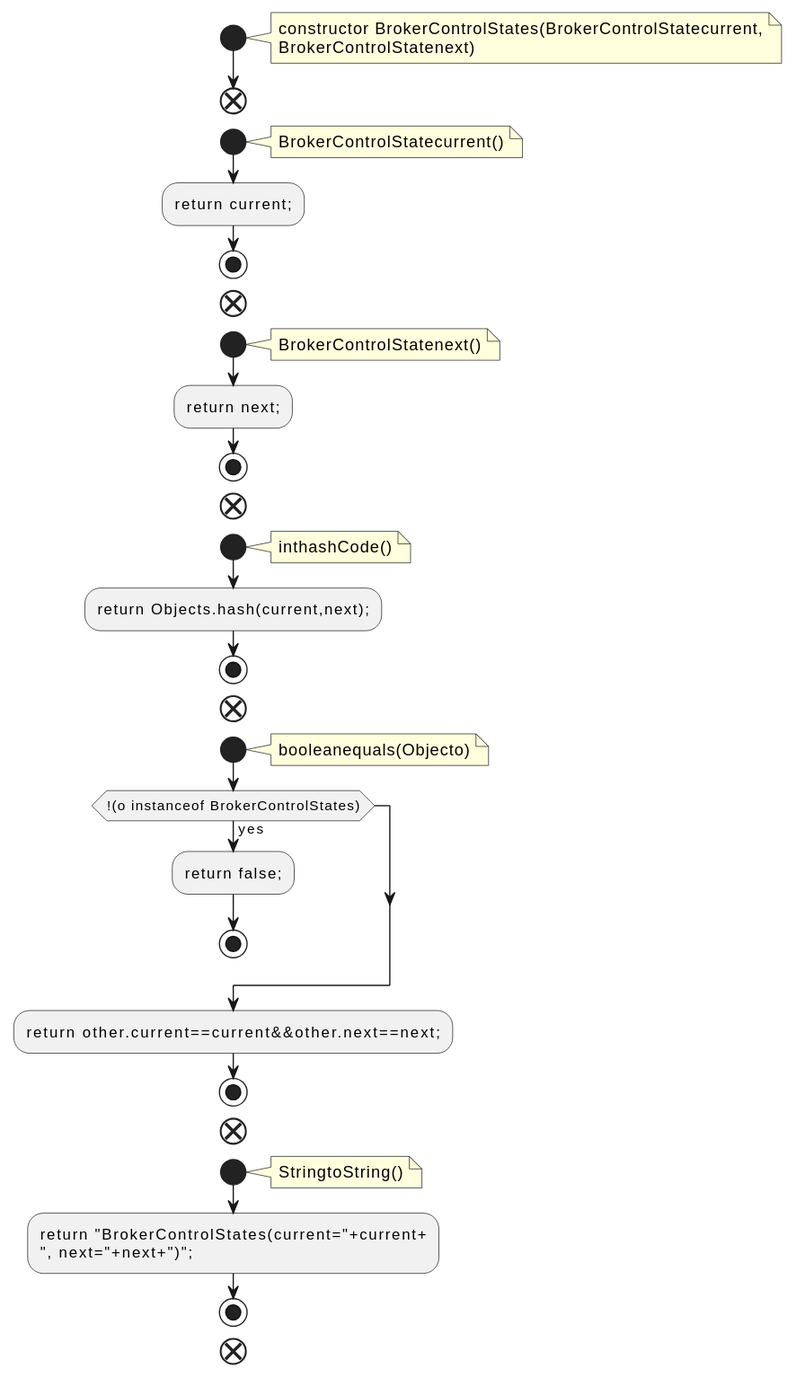
Above: docs/qc/metadata/src/main/java/org/apache/kafka/controller/BrokerControlStates.java.fct.svg in qualitesys/kafka (PlantUML), before the change.
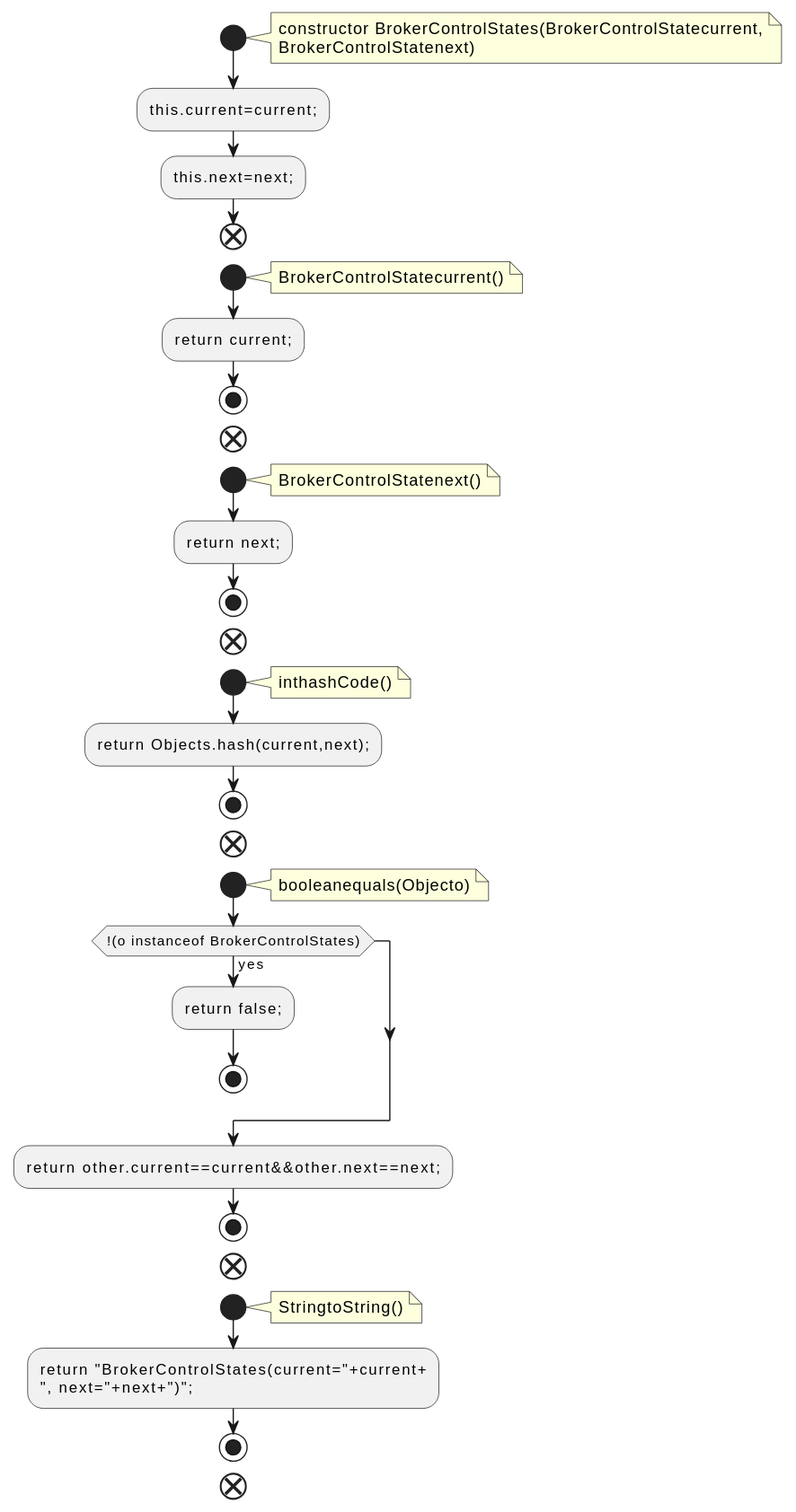
Above is the later version.

The edit, as a diff of the source:
```diff
@@ -5,6 +5,8 @@
 constructor BrokerControlStates(BrokerControlStatecurrent,
 BrokerControlStatenext)
 end note
+:this.current=current;;
+:this.next=next;;
 end
 start
 note right
```
